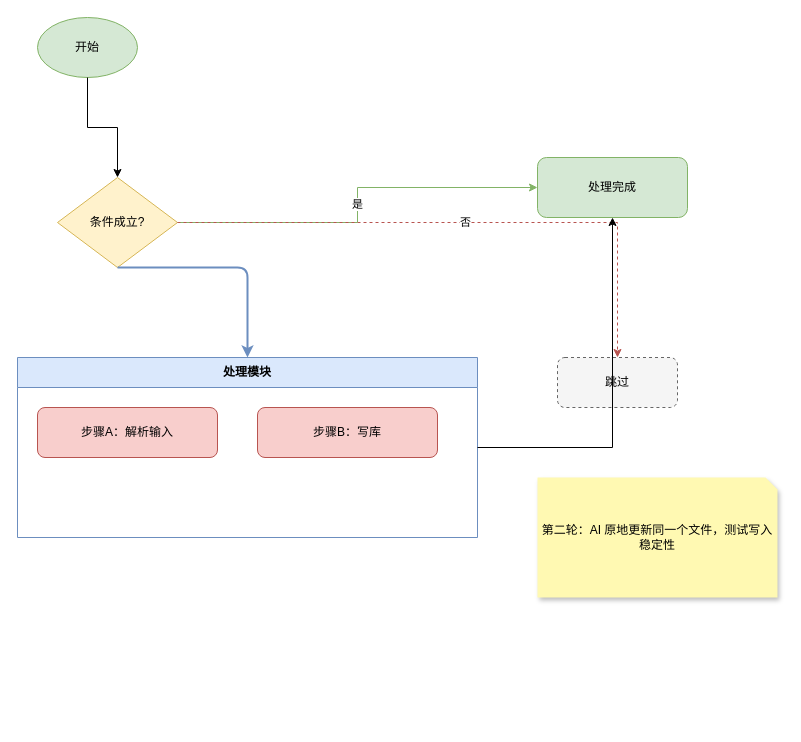
This is flow-test2.drawio from IQD1/IQD1-PUB, a draw.io file, before an edit. Source tidied: cells renumbered, new cells numbered last; positions are measured from the earlier drawing's top-left corner, leaving out a move shared by most shapes. Both pictures are drawn from the tidied source at 100%, with x=0, y=0 at pixel (17, 17).
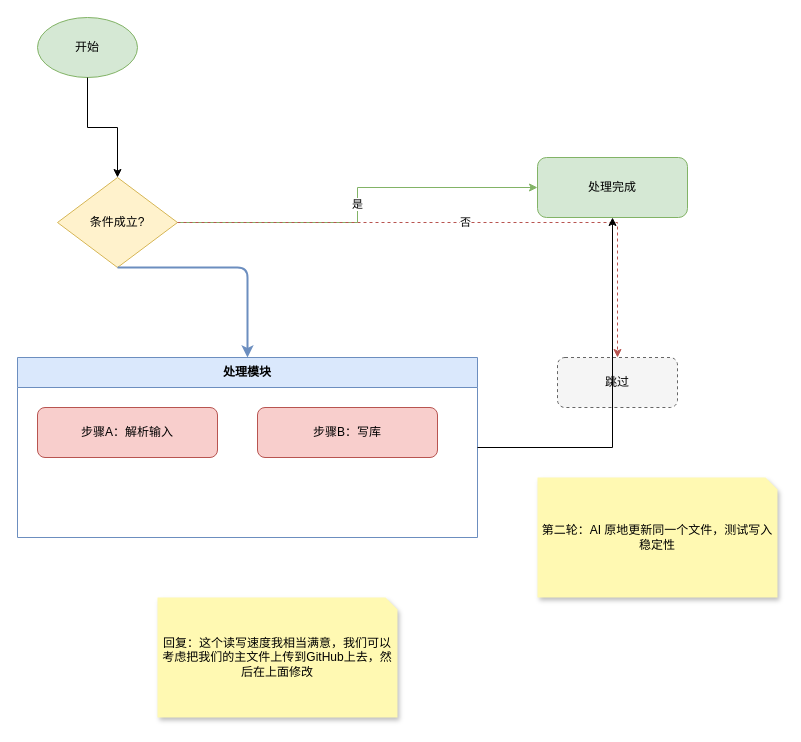
The same diagram, later.

Change to the diagram source:
```diff
@@
 <mxGraphModel>
   <root>
     <mxCell id="0" />
     <mxCell id="1" parent="0" />
     <mxCell id="2" value="开始" style="ellipse;whiteSpace=wrap;html=1;fillColor=#d5e8d4;strokeColor=#82b366;" parent="1" vertex="1">
       <mxGeometry x="20" width="100" height="60" as="geometry" />
     </mxCell>
     <mxCell id="3" value="条件成立?" style="rhombus;whiteSpace=wrap;html=1;fillColor=#fff2cc;strokeColor=#d6b656;" parent="1" vertex="1">
       <mxGeometry x="40" y="160" width="120" height="90" as="geometry" />
     </mxCell>
     <mxCell id="4" value="处理模块" style="swimlane;startSize=30;whiteSpace=wrap;html=1;fillColor=#dae8fc;strokeColor=#6c8ebf;" parent="1" vertex="1">
       <mxGeometry y="340" width="460" height="180" as="geometry" />
     </mxCell>
     <mxCell id="5" value="步骤A：解析输入" style="rounded=1;whiteSpace=wrap;html=1;fillColor=#f8cecc;strokeColor=#b85450;" parent="4" vertex="1">
       <mxGeometry x="20" y="50" width="180" height="50" as="geometry" />
     </mxCell>
     <mxCell id="6" value="步骤B：写库" style="rounded=1;whiteSpace=wrap;html=1;fillColor=#f8cecc;strokeColor=#b85450;" parent="4" vertex="1">
       <mxGeometry x="240" y="50" width="180" height="50" as="geometry" />
     </mxCell>
     <mxCell id="7" value="处理完成" style="rounded=1;whiteSpace=wrap;html=1;fillColor=#d5e8d4;strokeColor=#82b366;" parent="1" vertex="1">
       <mxGeometry x="520" y="140" width="150" height="60" as="geometry" />
     </mxCell>
     <mxCell id="8" value="跳过" style="rounded=1;whiteSpace=wrap;html=1;fillColor=#f5f5f5;strokeColor=#666666;dashed=1;" parent="1" vertex="1">
       <mxGeometry x="540" y="340" width="120" height="50" as="geometry" />
     </mxCell>
     <mxCell id="9" style="edgeStyle=orthogonalEdgeStyle;rounded=0;jettySize=auto;html=1;" parent="1" edge="1" source="2" target="3">
       <mxGeometry relative="1" as="geometry" />
     </mxCell>
     <mxCell id="10" style="edgeStyle=segmentEdgeStyle;rounded=1;html=1;strokeColor=#6c8ebf;strokeWidth=2;exitX=0.5;exitY=1;" parent="1" edge="1" source="3" target="4">
       <mxGeometry relative="1" as="geometry" />
     </mxCell>
     <mxCell id="11" value="是" style="edgeStyle=orthogonalEdgeStyle;rounded=0;jettySize=auto;html=1;strokeColor=#82b366;" parent="1" edge="1" source="3" target="7">
       <mxGeometry relative="1" as="geometry" />
     </mxCell>
     <mxCell id="12" value="否" style="edgeStyle=orthogonalEdgeStyle;rounded=0;jettySize=auto;html=1;strokeColor=#b85450;dashed=1;" parent="1" edge="1" source="3" target="8">
       <mxGeometry relative="1" as="geometry" />
     </mxCell>
     <mxCell id="13" style="edgeStyle=orthogonalEdgeStyle;rounded=0;jettySize=auto;html=1;" parent="1" edge="1" source="4" target="7">
       <mxGeometry relative="1" as="geometry" />
     </mxCell>
     <mxCell id="14" value="第二轮：AI 原地更新同一个文件，测试写入稳定性" style="shape=note;whiteSpace=wrap;html=1;backgroundOutline=1;fontColor=#000000;fillColor=#FFF9B2;strokeColor=none;shadow=1;size=12;" parent="1" vertex="1">
       <mxGeometry x="520" y="460" width="240" height="120" as="geometry" />
     </mxCell>
+    <mxCell id="15" value="回复：这个读写速度我相当满意，我们可以考虑把我们的主文件上传到GitHub上去，然后在上面修改" style="shape=note;whiteSpace=wrap;html=1;backgroundOutline=1;fontColor=#000000;fillColor=#FFF9B2;strokeColor=none;shadow=1;size=12;" parent="1" vertex="1">
+      <mxGeometry x="140" y="580" width="240" height="120" as="geometry" />
+    </mxCell>
   </root>
 </mxGraphModel>
```
